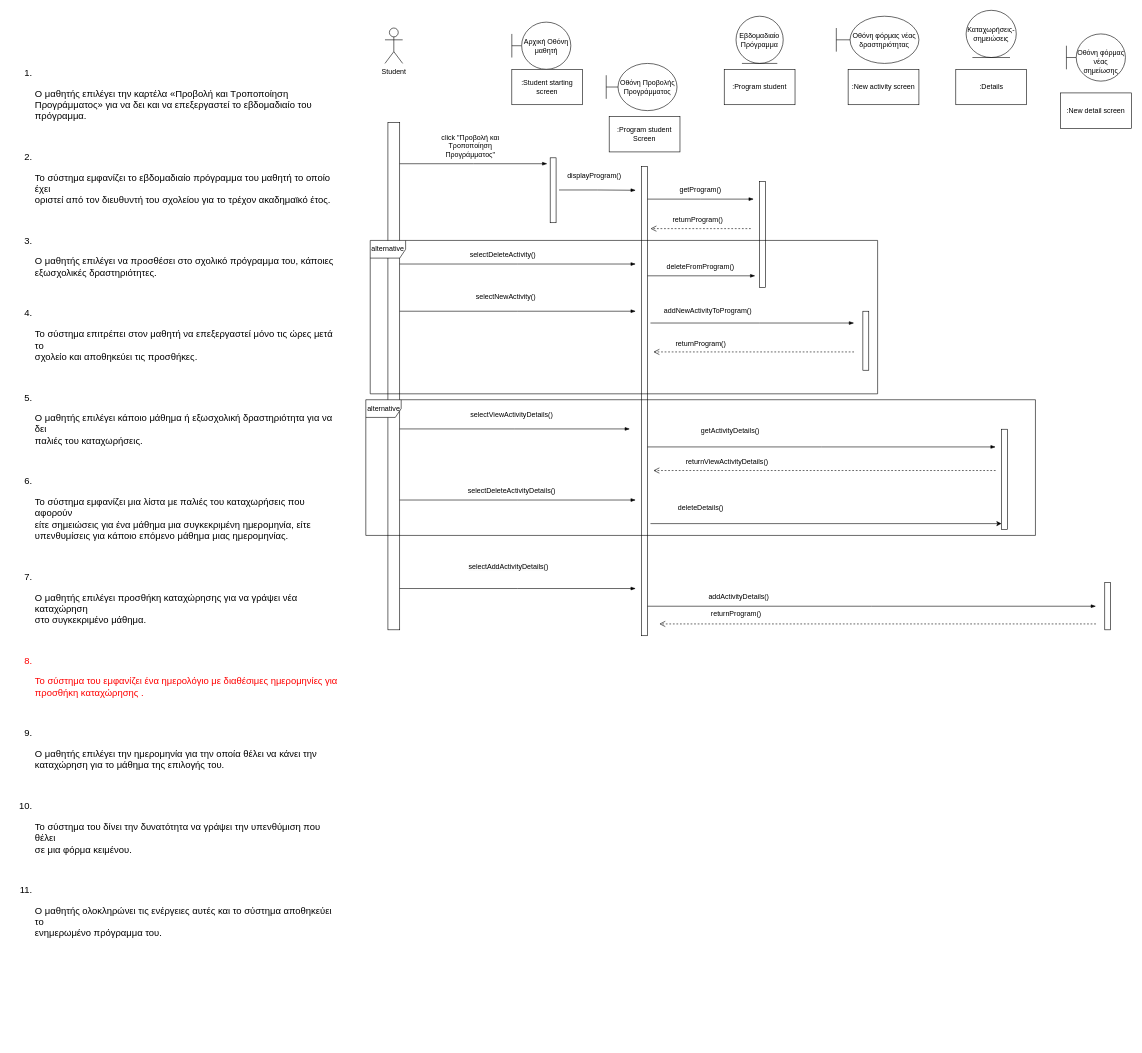
This is Παραδοτέο4/sequenceStudent2.drawio from m1kemp/School-Hero, a draw.io file, before an edit. Source tidied: cells renumbered, new cells numbered last; positions are measured from the earlier drawing's top-left corner, leaving out a move shared by most shapes. Both pictures are drawn from the tidied source at 59%, with x=0, y=0 at pixel (10, 10).
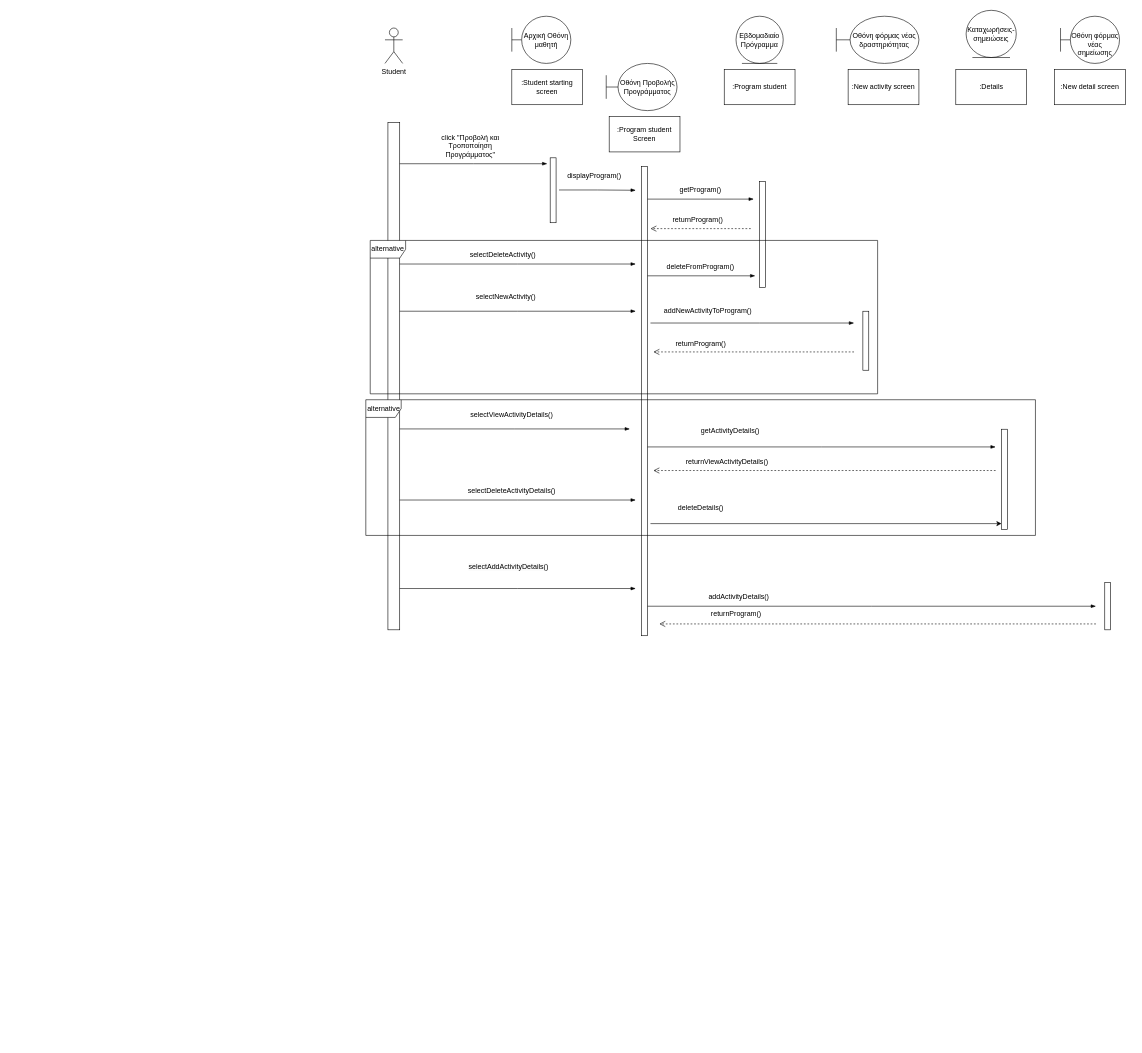
Above is the later version.

The edit, as a diff of the source:
```diff
@@
     <mxCell id="2" value="Αρχική Οθόνη μαθητή" style="shape=umlBoundary;whiteSpace=wrap;html=1;" parent="1" vertex="1">
-      <mxGeometry x="850" y="20" width="100" height="80" as="geometry" />
+      <mxGeometry x="850" y="10" width="100" height="80" as="geometry" />
     </mxCell>
@@
     <mxCell id="7" value="&lt;br&gt;Οθόνη φόρμας νέας σημείωσης" style="shape=umlBoundary;whiteSpace=wrap;html=1;" parent="1" vertex="1">
-      <mxGeometry x="1790" y="40" width="100" height="80" as="geometry" />
+      <mxGeometry x="1780" y="10" width="100" height="80" as="geometry" />
     </mxCell>
-    <mxCell id="8" value="&lt;div title=&quot;Page 9&quot; class=&quot;page&quot;&gt;&#10;   &lt;div class=&quot;layoutArea&quot;&gt;&#10;    &lt;div class=&quot;column&quot;&gt;&#10;     &lt;ol style=&quot;list-style-type: decimal&quot;&gt;&#10;      &lt;li style=&quot;font-size: 12.000000pt; font-family: 'Calibri'&quot;&gt;&#10;       &lt;p&gt;&lt;span style=&quot;font-size: 12.000000pt; font-family: 'Calibri'&quot;&gt;Ο μαθητής επιλέγει την καρτέλα «Προβολή και Τροποποίηση&#10;Προγράμματος» για να δει και να επεξεργαστεί το εβδομαδιαίο του&#10;πρόγραμμα.&#10;&lt;/span&gt;&lt;/p&gt;&#10;      &lt;/li&gt;&#10;      &lt;li style=&quot;font-size: 12.000000pt; font-family: 'Calibri'&quot;&gt;&#10;       &lt;p&gt;&lt;span style=&quot;font-size: 12.000000pt; font-family: 'Calibri'&quot;&gt;Το σύστημα εμφανίζει το εβδομαδιαίο πρόγραμμα του μαθητή το οποίο έχει&#10;οριστεί από τον διευθυντή του σχολείου για το τρέχον ακαδημαϊκό έτος.&#10;&lt;/span&gt;&lt;/p&gt;&#10;      &lt;/li&gt;&#10;      &lt;li style=&quot;font-size: 12.000000pt; font-family: 'Calibri'&quot;&gt;&#10;       &lt;p&gt;&lt;span style=&quot;font-size: 12.000000pt; font-family: 'Calibri'&quot;&gt;Ο μαθητής επιλέγει να προσθέσει στο σχολικό πρόγραμμα του, κάποιες&#10;εξωσχολικές δραστηριότητες.&#10;&lt;/span&gt;&lt;/p&gt;&#10;      &lt;/li&gt;&#10;      &lt;li style=&quot;font-size: 12.000000pt; font-family: 'Calibri'&quot;&gt;&#10;       &lt;p&gt;&lt;span style=&quot;font-size: 12.000000pt; font-family: 'Calibri'&quot;&gt;Το σύστημα επιτρέπει στον μαθητή να επεξεργαστεί μόνο τις ώρες μετά το&#10;σχολείο και αποθηκεύει τις προσθήκες.&#10;&lt;/span&gt;&lt;/p&gt;&#10;      &lt;/li&gt;&#10;      &lt;li style=&quot;font-size: 12.000000pt; font-family: 'Calibri'&quot;&gt;&#10;       &lt;p&gt;&lt;span style=&quot;font-size: 12.000000pt; font-family: 'Calibri'&quot;&gt;Ο μαθητής επιλέγει κάποιο μάθημα ή εξωσχολική δραστηριότητα για να δει&#10;παλιές του καταχωρήσεις.&#10;&lt;/span&gt;&lt;/p&gt;&#10;      &lt;/li&gt;&#10;      &lt;li style=&quot;font-size: 12.000000pt; font-family: 'Calibri'&quot;&gt;&#10;       &lt;p&gt;&lt;span style=&quot;font-size: 12.000000pt; font-family: 'Calibri'&quot;&gt;Το σύστημα εμφανίζει μια λίστα με παλιές του καταχωρήσεις που αφορούν&#10;είτε σημειώσεις για ένα μάθημα μια συγκεκριμένη ημερομηνία, είτε&#10;υπενθυμίσεις για κάποιο επόμενο μάθημα μιας ημερομηνίας.&#10;&lt;/span&gt;&lt;/p&gt;&#10;      &lt;/li&gt;&#10;      &lt;li style=&quot;font-size: 12.000000pt; font-family: 'Calibri'&quot;&gt;&#10;       &lt;p&gt;&lt;span style=&quot;font-size: 12.000000pt; font-family: 'Calibri'&quot;&gt;Ο μαθητής επιλέγει προσθήκη καταχώρησης για να γράψει νέα καταχώρηση&#10;στο συγκεκριμένο μάθημα.&#10;&lt;/span&gt;&lt;/p&gt;&#10;      &lt;/li&gt;&#10;      &lt;li style=&quot;font-size: 12.000000pt; font-family: 'Calibri'; color: rgb(100.000000%, 0.000000%, 0.000000%)&quot;&gt;&#10;       &lt;p&gt;&lt;span style=&quot;font-size: 12.000000pt; font-family: 'Calibri'; color: rgb(100.000000%, 0.000000%, 0.000000%)&quot;&gt;Το σύστημα του εμφανίζει ένα ημερολόγιο με διαθέσιμες ημερομηνίες για&#10;προσθήκη καταχώρησης .&#10;&lt;/span&gt;&lt;/p&gt;&#10;      &lt;/li&gt;&#10;      &lt;li style=&quot;font-size: 12.000000pt; font-family: 'Calibri'&quot;&gt;&#10;       &lt;p&gt;&lt;span style=&quot;font-size: 12.000000pt; font-family: 'Calibri'&quot;&gt;Ο μαθητής επιλέγει την ημερομηνία για την οποία θέλει να κάνει την&#10;καταχώρηση για το μάθημα της επιλογής του.&#10;&lt;/span&gt;&lt;/p&gt;&#10;      &lt;/li&gt;&#10;      &lt;li style=&quot;font-size: 12.000000pt; font-family: 'Calibri'&quot;&gt;&#10;       &lt;p&gt;&lt;span style=&quot;font-size: 12.000000pt; font-family: 'Calibri'&quot;&gt;Το σύστημα του δίνει την δυνατότητα να γράψει την υπενθύμιση που θέλει&#10;σε μια φόρμα κειμένου.&#10;&lt;/span&gt;&lt;/p&gt;&#10;      &lt;/li&gt;&#10;      &lt;li style=&quot;font-size: 12.000000pt; font-family: 'Calibri'&quot;&gt;&#10;       &lt;p&gt;&lt;span style=&quot;font-size: 12.000000pt; font-family: 'Calibri'&quot;&gt;Ο μαθητής ολοκληρώνει τις ενέργειες αυτές και το σύστημα αποθηκεύει το&#10;ενημερωμένο πρόγραμμα του.&#10;&lt;/span&gt;&lt;/p&gt;&#10;      &lt;/li&gt;&#10;     &lt;/ol&gt;&#10;    &lt;/div&gt;&#10;   &lt;/div&gt;&#10;  &lt;/div&gt;" style="text;whiteSpace=wrap;html=1;" parent="1" vertex="1">
-      <mxGeometry y="20" width="560" height="1730" as="geometry" />
-    </mxCell>
@@
     <mxCell id="44" value=":New detail screen" style="rounded=0;whiteSpace=wrap;html=1;" parent="1" vertex="1">
-      <mxGeometry x="1780" y="140" width="120" height="60" as="geometry" />
+      <mxGeometry x="1770" y="100" width="120" height="60" as="geometry" />
     </mxCell>
```
